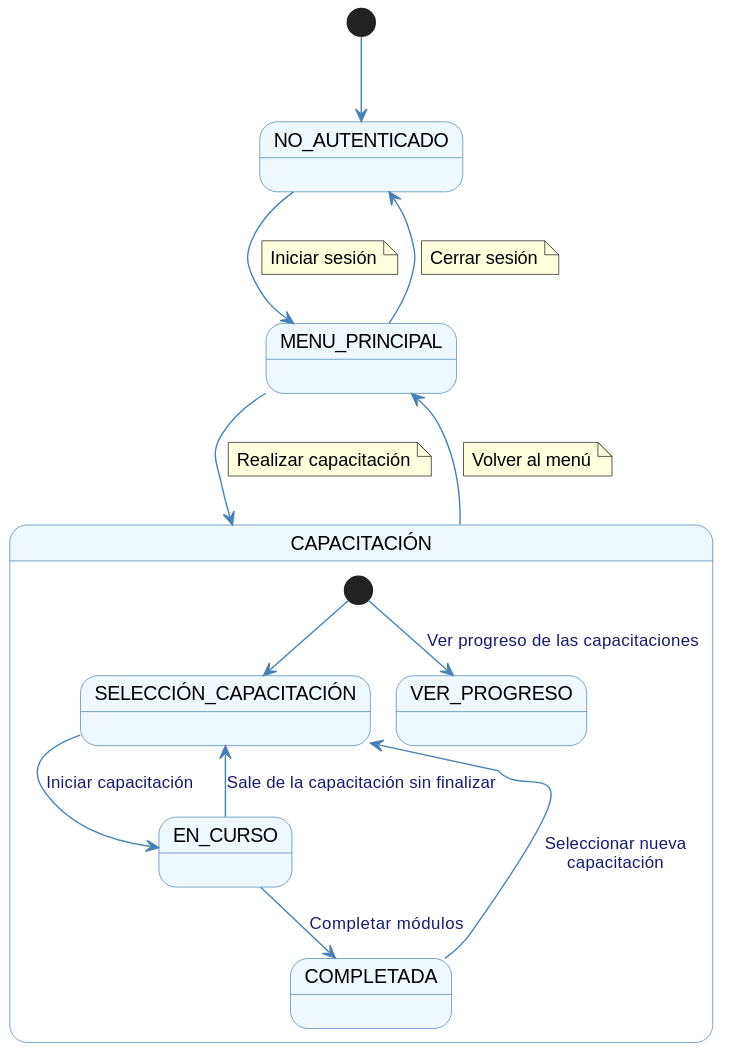
This is documentos/imagenes/casos_de_uso/diagramas_contexto/diagrama_contexto_becario.svg from Dievex/24-25-IdSw1-SDR, a PlantUML export, as it was before one commit.
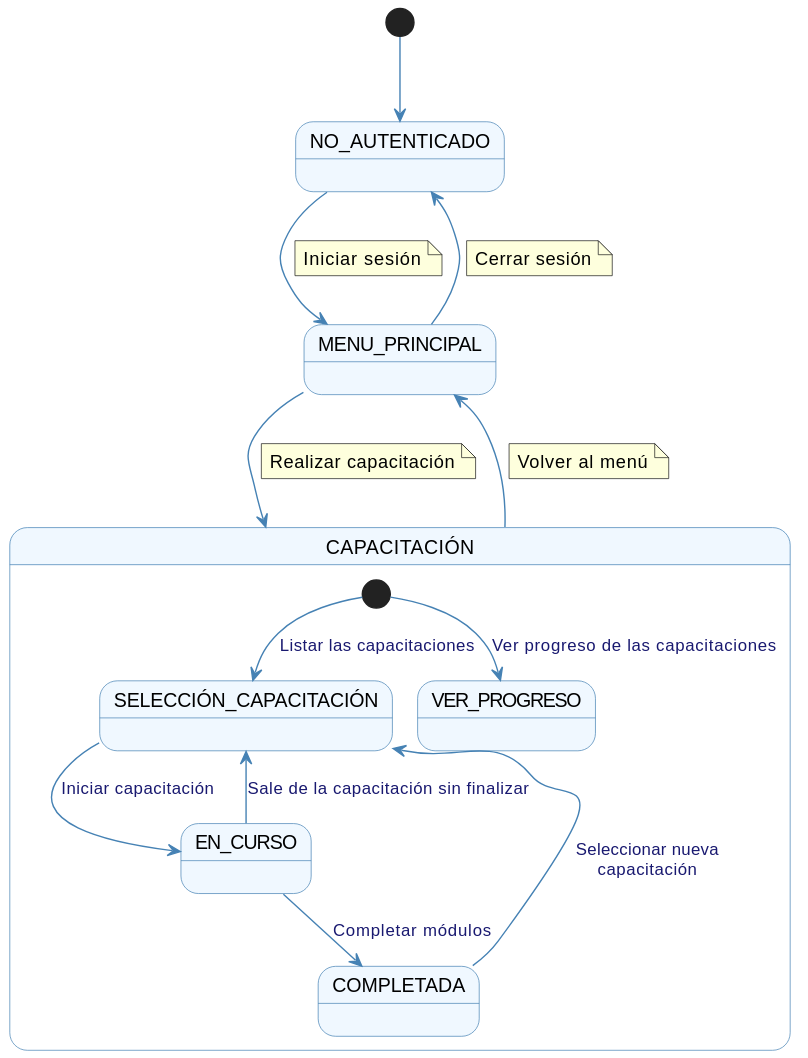
After the commit.

Diff of the diagram source:
```diff
@@ -18,7 +18,7 @@
     state "COMPLETADA" as Completada
     state "VER_PROGRESO" as VerProg
 
-    [*] --> SeleccionCap
+    [*] --> SeleccionCap : Listar las capacitaciones
     [*] --> VerProg : Ver progreso de las capacitaciones
     SeleccionCap --> EnCurso : Iniciar capacitación
     EnCurso --> Completada : Completar módulos
```
